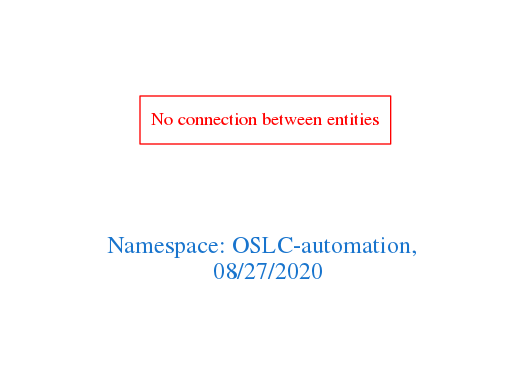
Before: downloads/OSLC-automation.png, a diagram exported from Graphviz (arago/OGIT). Its source is kept beside it as downloads/OSLC-automation.dot.
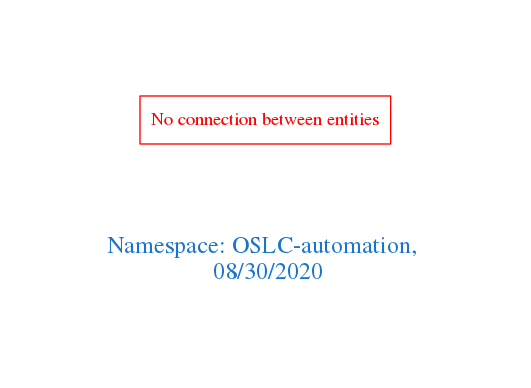
After the change.

Change to the diagram source:
```diff
@@ -1,7 +1,7 @@
 digraph OGIT_ontology {
  graph [ rankdir= LR,pad=1
 fontsize = 18,
-fontcolor= dodgerblue3,label = "\n\n\nNamespace: OSLC-automation, \n 08/27/2020"];
+fontcolor= dodgerblue3,label = "\n\n\nNamespace: OSLC-automation, \n 08/30/2020"];
 node[shape=polygon];
 edge [  color="gray81"];
 
```
